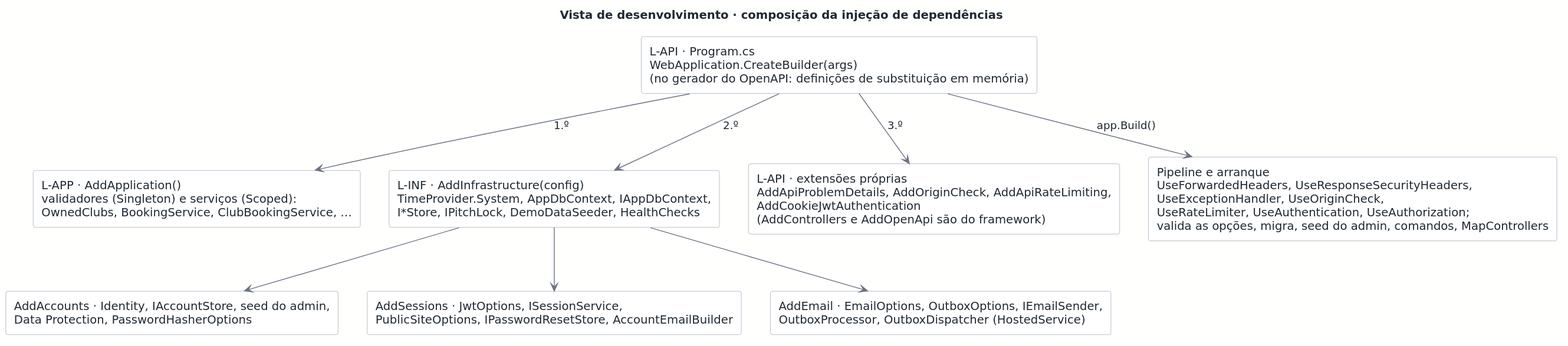
This is docs/architecture/out/development-di.svg from rodrigo4sousa/SportsEstablishments, a PlantUML export, as it was before one commit.
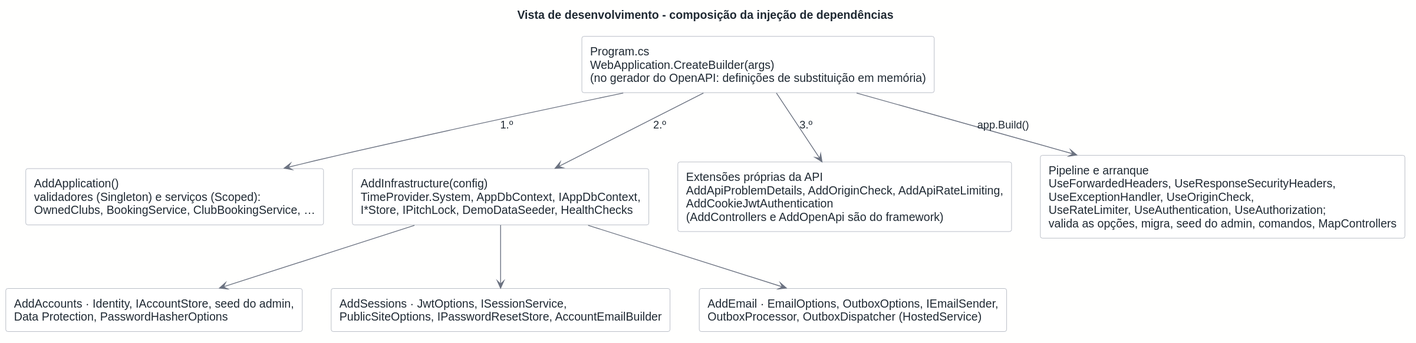
After the change.

Change to the diagram source:
```diff
@@ -1,16 +1,16 @@
 @startuml
 !include ../style.puml
-title Vista de desenvolvimento · composição da injeção de dependências
+title Vista de desenvolvimento - composição da injeção de dependências
 
 skinparam defaultTextAlignment left
 
-rectangle "L-API · Program.cs\nWebApplication.CreateBuilder(args)\n(no gerador do OpenAPI: definições de substituição em memória)" as PROG
-rectangle "L-APP · AddApplication()\nvalidadores (Singleton) e serviços (Scoped):\nOwnedClubs, BookingService, ClubBookingService, …" as ADDAPP
-rectangle "L-INF · AddInfrastructure(config)\nTimeProvider.System, AppDbContext, IAppDbContext,\nI*Store, IPitchLock, DemoDataSeeder, HealthChecks" as ADDINF
+rectangle "Program.cs\nWebApplication.CreateBuilder(args)\n(no gerador do OpenAPI: definições de substituição em memória)" as PROG
+rectangle "AddApplication()\nvalidadores (Singleton) e serviços (Scoped):\nOwnedClubs, BookingService, ClubBookingService, …" as ADDAPP
+rectangle "AddInfrastructure(config)\nTimeProvider.System, AppDbContext, IAppDbContext,\nI*Store, IPitchLock, DemoDataSeeder, HealthChecks" as ADDINF
 rectangle "AddAccounts · Identity, IAccountStore, seed do admin,\nData Protection, PasswordHasherOptions" as ADDACC
 rectangle "AddSessions · JwtOptions, ISessionService,\nPublicSiteOptions, IPasswordResetStore, AccountEmailBuilder" as ADDSES
 rectangle "AddEmail · EmailOptions, OutboxOptions, IEmailSender,\nOutboxProcessor, OutboxDispatcher (HostedService)" as ADDMAIL
-rectangle "L-API · extensões próprias\nAddApiProblemDetails, AddOriginCheck, AddApiRateLimiting,\nAddCookieJwtAuthentication\n(AddControllers e AddOpenApi são do framework)" as ADDAPI
+rectangle "Extensões próprias da API\nAddApiProblemDetails, AddOriginCheck, AddApiRateLimiting,\nAddCookieJwtAuthentication\n(AddControllers e AddOpenApi são do framework)" as ADDAPI
 rectangle "Pipeline e arranque\nUseForwardedHeaders, UseResponseSecurityHeaders,\nUseExceptionHandler, UseOriginCheck,\nUseRateLimiter, UseAuthentication, UseAuthorization;\nvalida as opções, migra, seed do admin, comandos, MapControllers" as PIPE
 
 PROG --> ADDAPP : 1.º
```
